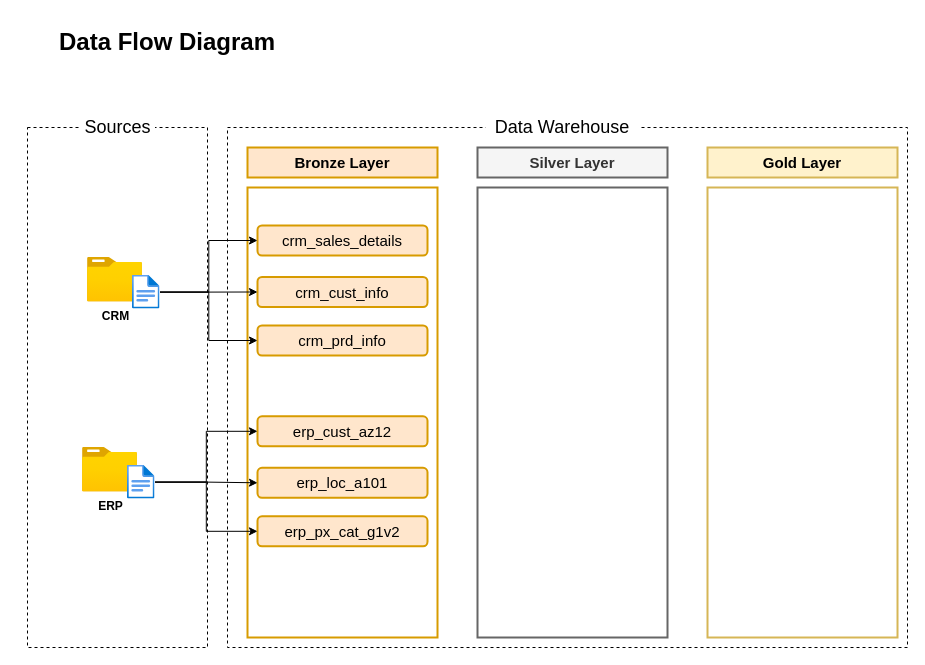
Earlier version of the draw.io diagram docs/DataFlowDiagram.drawio (axelgomez/sql-data-warehouse-project). Source tidied: cells renumbered, new cells numbered last; positions are measured from the earlier drawing's top-left corner, leaving out a move shared by most shapes. Both pictures are drawn from the tidied source at 100%, with x=0, y=0 at pixel (17, 17).
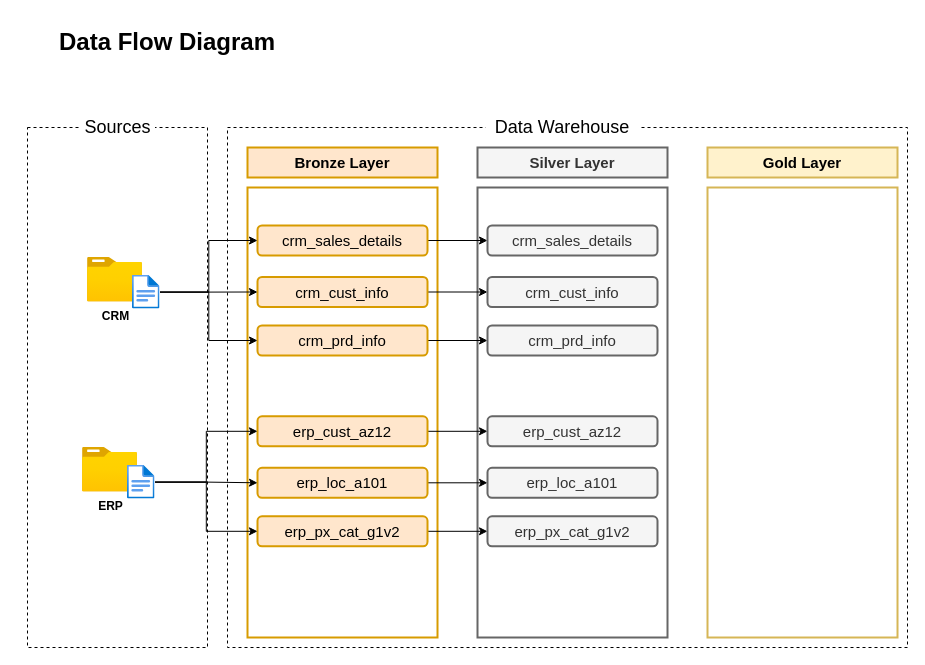
Above is the later version.

Commit message (it also covers changes not shown here):
Added Silver Layer and Data Flow Diagram

The change refers to these unchanged cells:
```xml
<mxCell id="19" value="crm_sales_details" style="rounded=1;whiteSpace=wrap;html=1;fillColor=#ffe6cc;strokeColor=#d79b00;fontSize=15;strokeWidth=2;" parent="1" vertex="1">
  <mxGeometry x="240" y="208" width="170" height="30" as="geometry" />
</mxCell>
<mxCell id="20" value="crm_cust_info" style="rounded=1;whiteSpace=wrap;html=1;fillColor=#ffe6cc;strokeColor=#d79b00;fontSize=15;strokeWidth=2;" parent="1" vertex="1">
  <mxGeometry x="240" y="259.5" width="170" height="30" as="geometry" />
</mxCell>
<mxCell id="21" value="crm_prd_info" style="rounded=1;whiteSpace=wrap;html=1;fillColor=#ffe6cc;strokeColor=#d79b00;fontSize=15;strokeWidth=2;" parent="1" vertex="1">
  <mxGeometry x="240" y="308" width="170" height="30" as="geometry" />
</mxCell>
<mxCell id="25" value="erp_cust_az12" style="rounded=1;whiteSpace=wrap;html=1;fillColor=#ffe6cc;strokeColor=#d79b00;fontSize=15;strokeWidth=2;" parent="1" vertex="1">
  <mxGeometry x="240" y="398.8" width="170" height="30" as="geometry" />
</mxCell>
<mxCell id="26" value="erp_loc_a101" style="rounded=1;whiteSpace=wrap;html=1;fillColor=#ffe6cc;strokeColor=#d79b00;fontSize=15;strokeWidth=2;" parent="1" vertex="1">
  <mxGeometry x="240" y="450.3" width="170" height="30" as="geometry" />
</mxCell>
<mxCell id="27" value="erp_px_cat_g1v2" style="rounded=1;whiteSpace=wrap;html=1;fillColor=#ffe6cc;strokeColor=#d79b00;fontSize=15;strokeWidth=2;" parent="1" vertex="1">
  <mxGeometry x="240" y="498.8" width="170" height="30" as="geometry" />
</mxCell>
```

Diff of the diagram source:
```diff
@@
+    <mxCell id="31" style="edgeStyle=orthogonalEdgeStyle;rounded=0;jettySize=auto;html=1;entryX=0;entryY=0.5;entryDx=0;entryDy=0;" parent="1" edge="1" source="19" target="37">
+      <mxGeometry relative="1" as="geometry" />
+    </mxCell>
@@
+    <mxCell id="32" style="edgeStyle=orthogonalEdgeStyle;rounded=0;jettySize=auto;html=1;entryX=0;entryY=0.5;entryDx=0;entryDy=0;" parent="1" edge="1" source="20" target="38">
+      <mxGeometry relative="1" as="geometry" />
+    </mxCell>
@@
+    <mxCell id="33" style="edgeStyle=orthogonalEdgeStyle;rounded=0;jettySize=auto;html=1;entryX=0;entryY=0.5;entryDx=0;entryDy=0;" parent="1" edge="1" source="21" target="39">
+      <mxGeometry relative="1" as="geometry" />
+    </mxCell>
@@
+    <mxCell id="34" style="edgeStyle=orthogonalEdgeStyle;rounded=0;jettySize=auto;html=1;entryX=0;entryY=0.5;entryDx=0;entryDy=0;" parent="1" edge="1" source="25" target="40">
+      <mxGeometry relative="1" as="geometry" />
+    </mxCell>
@@
+    <mxCell id="35" style="edgeStyle=orthogonalEdgeStyle;rounded=0;jettySize=auto;html=1;entryX=0;entryY=0.5;entryDx=0;entryDy=0;" parent="1" edge="1" source="26" target="41">
+      <mxGeometry relative="1" as="geometry" />
+    </mxCell>
@@
+    <mxCell id="36" style="edgeStyle=orthogonalEdgeStyle;rounded=0;jettySize=auto;html=1;entryX=0;entryY=0.5;entryDx=0;entryDy=0;" parent="1" edge="1" source="27" target="42">
+      <mxGeometry relative="1" as="geometry" />
+    </mxCell>
@@
+    <mxCell id="37" value="crm_sales_details" style="rounded=1;whiteSpace=wrap;html=1;fillColor=#f5f5f5;strokeColor=#666666;fontSize=15;strokeWidth=2;fontColor=#333333;" parent="1" vertex="1">
+      <mxGeometry x="470" y="208" width="170" height="30" as="geometry" />
+    </mxCell>
+    <mxCell id="38" value="crm_cust_info" style="rounded=1;whiteSpace=wrap;html=1;fillColor=#f5f5f5;strokeColor=#666666;fontSize=15;strokeWidth=2;fontColor=#333333;" parent="1" vertex="1">
+      <mxGeometry x="470" y="259.5" width="170" height="30" as="geometry" />
+    </mxCell>
+    <mxCell id="39" value="crm_prd_info" style="rounded=1;whiteSpace=wrap;html=1;fillColor=#f5f5f5;strokeColor=#666666;fontSize=15;strokeWidth=2;fontColor=#333333;" parent="1" vertex="1">
+      <mxGeometry x="470" y="308" width="170" height="30" as="geometry" />
+    </mxCell>
+    <mxCell id="40" value="erp_cust_az12" style="rounded=1;whiteSpace=wrap;html=1;fillColor=#f5f5f5;strokeColor=#666666;fontSize=15;strokeWidth=2;fontColor=#333333;" parent="1" vertex="1">
+      <mxGeometry x="470" y="398.8" width="170" height="30" as="geometry" />
+    </mxCell>
+    <mxCell id="41" value="erp_loc_a101" style="rounded=1;whiteSpace=wrap;html=1;fillColor=#f5f5f5;strokeColor=#666666;fontSize=15;strokeWidth=2;fontColor=#333333;" parent="1" vertex="1">
+      <mxGeometry x="470" y="450.3" width="170" height="30" as="geometry" />
+    </mxCell>
+    <mxCell id="42" value="erp_px_cat_g1v2" style="rounded=1;whiteSpace=wrap;html=1;fillColor=#f5f5f5;strokeColor=#666666;fontSize=15;strokeWidth=2;fontColor=#333333;" parent="1" vertex="1">
+      <mxGeometry x="470" y="498.8" width="170" height="30" as="geometry" />
+    </mxCell>
```
